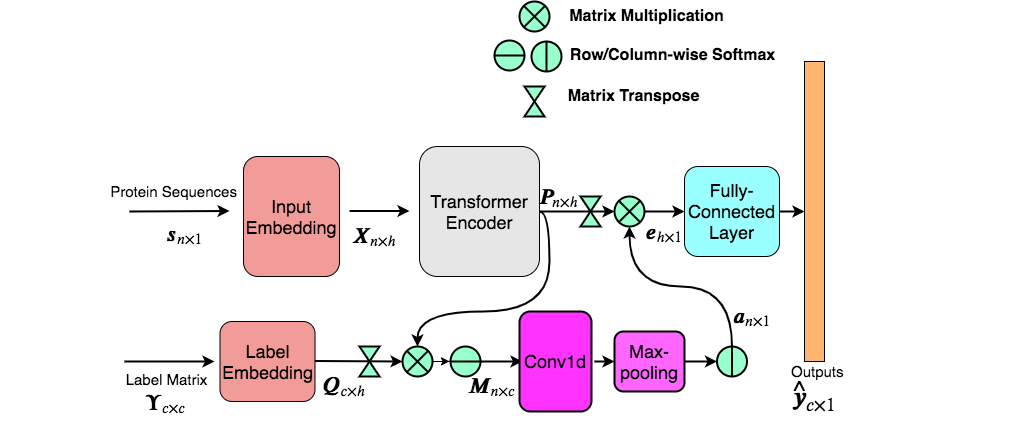
Before: ProteinFuncPred.png, a diagram exported from draw.io (Shen-Lab/TALE). Source tidied: cells renumbered, new cells last; positions are measured from the earlier drawing's top-left corner, leaving out a move shared by most shapes.
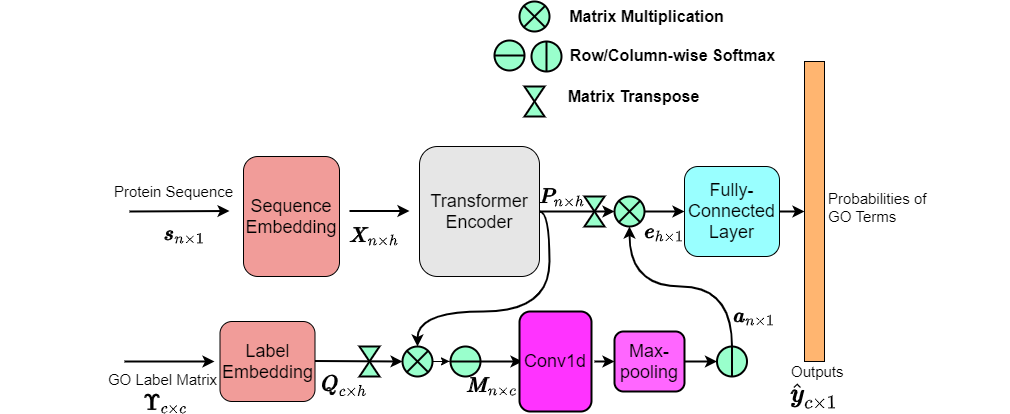
Later version of the same file.

The edit, as a diff of the source:
```diff
@@ -2,7 +2,7 @@
   <root>
     <mxCell id="0" />
     <mxCell id="1" parent="0" />
-    <mxCell id="2" value="&lt;font style=&quot;font-size: 18px&quot;&gt;Input Embedding&lt;/font&gt;" style="rounded=1;whiteSpace=wrap;html=1;fillColor=#F19C99;" parent="1" vertex="1">
+    <mxCell id="2" value="&lt;font style=&quot;font-size: 18px&quot;&gt;Sequence Embedding&lt;/font&gt;" style="rounded=1;whiteSpace=wrap;html=1;fillColor=#F19C99;" parent="1" vertex="1">
       <mxGeometry x="243" y="155" width="96" height="120" as="geometry" />
     </mxCell>
     <mxCell id="3" style="endArrow=classic;html=1;strokeWidth=2;" parent="1" edge="1">
@@ -11,8 +11,8 @@
         <mxPoint x="229" y="209.5" as="targetPoint" />
       </mxGeometry>
     </mxCell>
-    <mxCell id="4" value="&lt;font style=&quot;font-size: 15px&quot;&gt;Protein Sequences&lt;br&gt;&lt;/font&gt;" style="text;html=1;align=center;verticalAlign=middle;" parent="1" vertex="1">
-      <mxGeometry x="103" y="180" width="140" height="20" as="geometry" />
+    <mxCell id="4" value="&lt;font style=&quot;font-size: 15px&quot;&gt;Protein Sequence&lt;br&gt;&lt;/font&gt;" style="text;html=1;align=center;verticalAlign=middle;" parent="1" vertex="1">
+      <mxGeometry x="108" y="180" width="130" height="20" as="geometry" />
     </mxCell>
     <mxCell id="5" value="&lt;font style=&quot;font-size: 18px&quot;&gt;Label&lt;br&gt;Embedding&lt;/font&gt;" style="rounded=1;whiteSpace=wrap;html=1;fillColor=#F19C99;" parent="1" vertex="1">
       <mxGeometry x="219.5" y="320" width="95" height="80" as="geometry" />
@@ -23,8 +23,8 @@
         <mxPoint x="214" y="360" as="targetPoint" />
       </mxGeometry>
     </mxCell>
-    <mxCell id="7" value="&lt;font style=&quot;font-size: 15px&quot;&gt;Label Matrix&lt;/font&gt;" style="text;html=1;align=center;verticalAlign=middle;" parent="1" vertex="1">
-      <mxGeometry x="116" y="368" width="100" height="20" as="geometry" />
+    <mxCell id="7" value="&lt;font style=&quot;font-size: 15px&quot;&gt;GO Label Matrix&lt;/font&gt;" style="text;html=1;align=center;verticalAlign=middle;" parent="1" vertex="1">
+      <mxGeometry x="102" y="368" width="120" height="20" as="geometry" />
     </mxCell>
     <mxCell id="8" value="&lt;font style=&quot;font-size: 18px&quot;&gt;Transformer Encoder&lt;/font&gt;" style="rounded=1;whiteSpace=wrap;html=1;fillColor=#E6E6E6;" parent="1" vertex="1">
       <mxGeometry x="419" y="145" width="120" height="130" as="geometry" />
@@ -50,7 +50,7 @@
       <mxGeometry y="392" width="330" height="20" as="geometry" />
     </mxCell>
     <mxCell id="14" value="&lt;font style=&quot;font-size: 18px&quot;&gt;$$\pmb{P}_{n \times h}$$&lt;/font&gt;" style="text;html=1;align=center;verticalAlign=middle;" parent="1" vertex="1">
-      <mxGeometry x="448" y="186" width="220" height="20" as="geometry" />
+      <mxGeometry x="452" y="186" width="220" height="20" as="geometry" />
     </mxCell>
     <mxCell id="15" value="&lt;font style=&quot;font-size: 18px&quot;&gt;$$\pmb{Q}_{c \times h}$$&lt;/font&gt;" style="text;html=1;align=center;verticalAlign=middle;" parent="1" vertex="1">
       <mxGeometry x="234" y="374" width="220" height="20" as="geometry" />
@@ -124,7 +124,7 @@
       </mxGeometry>
     </mxCell>
     <mxCell id="36" style="shape=collate;whiteSpace=wrap;html=1;strokeWidth=2;fillColor=#99FFCC;" parent="1" vertex="1">
-      <mxGeometry x="580" y="195" width="20" height="30" as="geometry" />
+      <mxGeometry x="584" y="195" width="20" height="30" as="geometry" />
     </mxCell>
     <mxCell id="37" style="shape=sumEllipse;perimeter=ellipsePerimeter;whiteSpace=wrap;html=1;backgroundOutline=1;fillColor=#99FFCC;strokeWidth=2;" parent="1" vertex="1">
       <mxGeometry x="519" width="30" height="30" as="geometry" />
@@ -156,5 +156,8 @@
     <mxCell id="46" value="&lt;font style=&quot;font-size: 18px&quot;&gt;$$\pmb{a}_{n \times 1}$$&lt;/font&gt;" style="text;html=1;" parent="1" vertex="1">
       <mxGeometry x="731" y="280" width="160" height="30" as="geometry" />
     </mxCell>
+    <mxCell id="47" value="&lt;span style=&quot;font-size: 15px&quot;&gt;Probabilities of &lt;br&gt;GO Terms&lt;/span&gt;" style="text;html=1;align=left;verticalAlign=middle;" parent="1" vertex="1">
+      <mxGeometry x="826" y="186" width="110" height="40" as="geometry" />
+    </mxCell>
   </root>
 </mxGraphModel>
```
